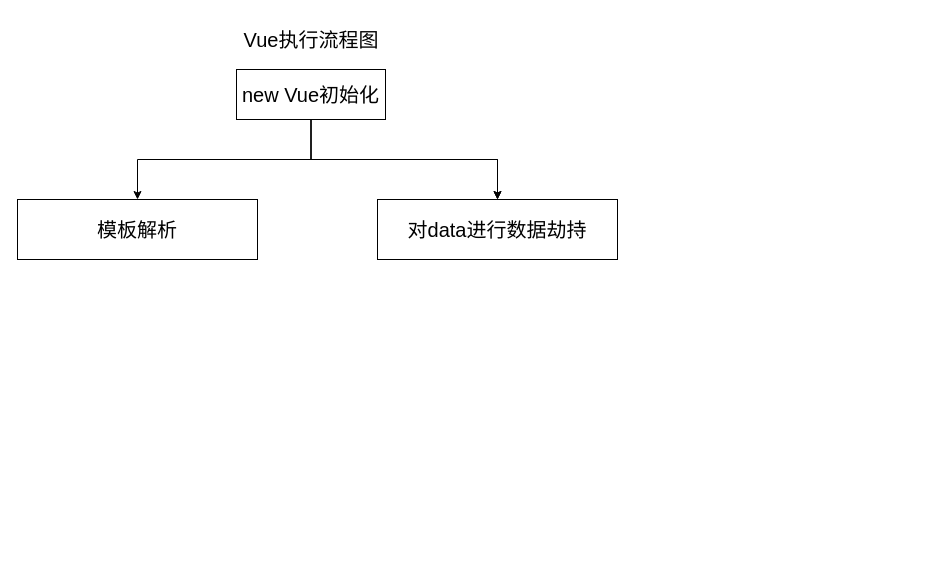
This is dio/vue.drawio from laterbuy/blogTalk, a draw.io file, before an edit. Source tidied: cells renumbered, new cells numbered last; positions are measured from the earlier drawing's top-left corner, leaving out a move shared by most shapes. Both pictures are drawn from the tidied source at 100%, with x=0, y=0 at pixel (17, 29).
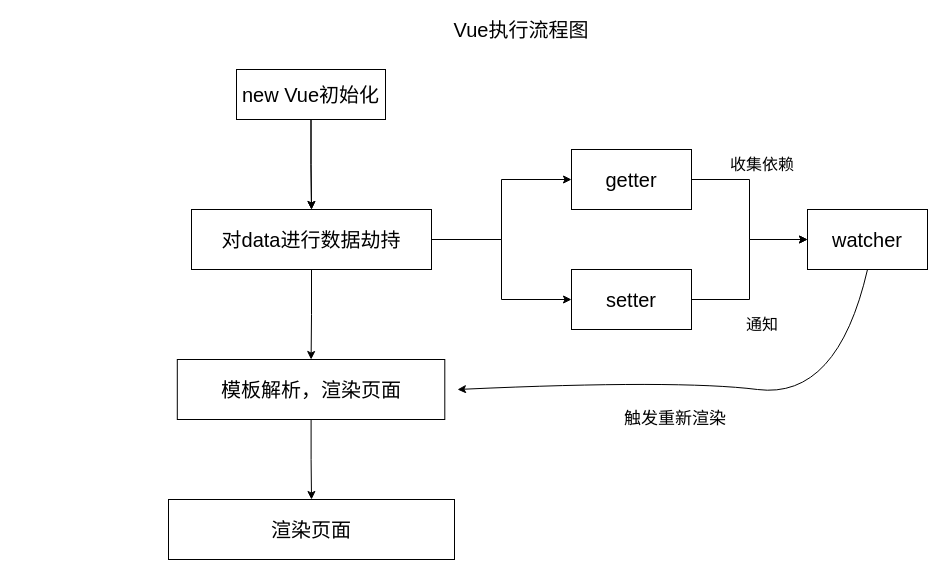
The same page after the edit.

Unchanged cells that the change refers to:
```xml
<mxCell id="6" value="new Vue初始化" style="rounded=0;whiteSpace=wrap;html=1;fontSize=20;" parent="1" vertex="1">
  <mxGeometry x="219" y="40" width="149" height="50" as="geometry" />
</mxCell>
```

Change to the diagram source:
```diff
@@
     <mxCell id="2" value="Vue执行流程图" style="text;html=1;strokeColor=none;fillColor=none;align=center;verticalAlign=middle;whiteSpace=wrap;rounded=0;fontSize=20;" parent="1" vertex="1">
-      <mxGeometry x="204" width="180" height="20" as="geometry" />
+      <mxGeometry x="414" y="-10" width="180" height="20" as="geometry" />
     </mxCell>
@@
-    <mxCell id="5" style="edgeStyle=orthogonalEdgeStyle;rounded=0;jettySize=auto;html=1;fontSize=20;" parent="1" edge="1" source="6" target="8">
-      <mxGeometry relative="1" as="geometry" />
-    </mxCell>
@@
+    <mxCell id="9" style="edgeStyle=orthogonalEdgeStyle;rounded=0;jettySize=auto;html=1;" parent="1" edge="1" source="7" target="8">
+      <mxGeometry relative="1" as="geometry" />
+    </mxCell>
+    <mxCell id="10" style="edgeStyle=orthogonalEdgeStyle;rounded=0;jettySize=auto;html=1;" parent="1" edge="1" source="7" target="15">
+      <mxGeometry relative="1" as="geometry" />
+    </mxCell>
+    <mxCell id="11" style="edgeStyle=orthogonalEdgeStyle;rounded=0;jettySize=auto;html=1;" parent="1" edge="1" source="7" target="19">
+      <mxGeometry relative="1" as="geometry" />
+    </mxCell>
     <mxCell id="7" value="对data进行数据劫持" style="whiteSpace=wrap;html=1;fontSize=20;rounded=0;" parent="1" vertex="1">
-      <mxGeometry x="360" y="170" width="240" height="60" as="geometry" />
+      <mxGeometry x="174" y="180" width="240" height="60" as="geometry" />
     </mxCell>
+    <mxCell id="12" style="edgeStyle=orthogonalEdgeStyle;rounded=0;jettySize=auto;html=1;" parent="1" edge="1" source="8" target="13">
+      <mxGeometry relative="1" as="geometry" />
+    </mxCell>
-    <mxCell id="8" value="模板解析" style="whiteSpace=wrap;html=1;fontSize=20;rounded=0;" parent="1" vertex="1">
-      <mxGeometry y="170" width="240" height="60" as="geometry" />
+    <mxCell id="8" value="模板解析，渲染页面" style="whiteSpace=wrap;html=1;fontSize=20;rounded=0;" parent="1" vertex="1">
+      <mxGeometry x="159.8" y="330" width="267.5" height="60" as="geometry" />
     </mxCell>
+    <mxCell id="13" value="渲染页面" style="whiteSpace=wrap;html=1;fontSize=20;rounded=0;" parent="1" vertex="1">
+      <mxGeometry x="151" y="470" width="286" height="60" as="geometry" />
+    </mxCell>
+    <mxCell id="14" style="edgeStyle=orthogonalEdgeStyle;rounded=0;jettySize=auto;html=1;" parent="1" edge="1" source="15" target="16">
+      <mxGeometry relative="1" as="geometry" />
+    </mxCell>
+    <mxCell id="15" value="getter" style="whiteSpace=wrap;html=1;fontSize=20;rounded=0;" parent="1" vertex="1">
+      <mxGeometry x="554" y="120" width="120" height="60" as="geometry" />
+    </mxCell>
+    <mxCell id="16" value="watcher" style="whiteSpace=wrap;html=1;fontSize=20;rounded=0;" parent="1" vertex="1">
+      <mxGeometry x="790" y="180" width="120" height="60" as="geometry" />
+    </mxCell>
+    <mxCell id="17" value="收集依赖" style="text;html=1;strokeColor=none;fillColor=none;align=center;verticalAlign=middle;whiteSpace=wrap;rounded=0;fontSize=16;" parent="1" vertex="1">
+      <mxGeometry x="700" y="120" width="90" height="30" as="geometry" />
+    </mxCell>
+    <mxCell id="18" style="edgeStyle=orthogonalEdgeStyle;rounded=0;jettySize=auto;html=1;" parent="1" edge="1" source="19" target="16">
+      <mxGeometry relative="1" as="geometry" />
+    </mxCell>
+    <mxCell id="19" value="setter" style="whiteSpace=wrap;html=1;fontSize=20;rounded=0;" parent="1" vertex="1">
+      <mxGeometry x="554" y="240" width="120" height="60" as="geometry" />
+    </mxCell>
+    <mxCell id="20" value="通知" style="text;html=1;strokeColor=none;fillColor=none;align=center;verticalAlign=middle;whiteSpace=wrap;rounded=0;fontSize=16;" parent="1" vertex="1">
+      <mxGeometry x="705" y="280" width="80" height="30" as="geometry" />
+    </mxCell>
+    <mxCell id="21" style="curved=1;endArrow=classic;html=1;rounded=0;exitX=0.5;exitY=1;exitDx=0;exitDy=0;" parent="1" edge="1" source="16">
+      <mxGeometry relative="1" as="geometry">
+        <mxPoint x="440" y="360" as="targetPoint" />
+        <Array as="points">
+          <mxPoint x="820" y="370" />
+          <mxPoint x="660" y="350" />
+        </Array>
+      </mxGeometry>
+    </mxCell>
+    <mxCell id="22" value="触发重新渲染" style="text;html=1;strokeColor=none;fillColor=none;align=center;verticalAlign=middle;whiteSpace=wrap;rounded=0;fontSize=17;" parent="1" vertex="1">
+      <mxGeometry x="590" y="370" width="136" height="40" as="geometry" />
+    </mxCell>
```
